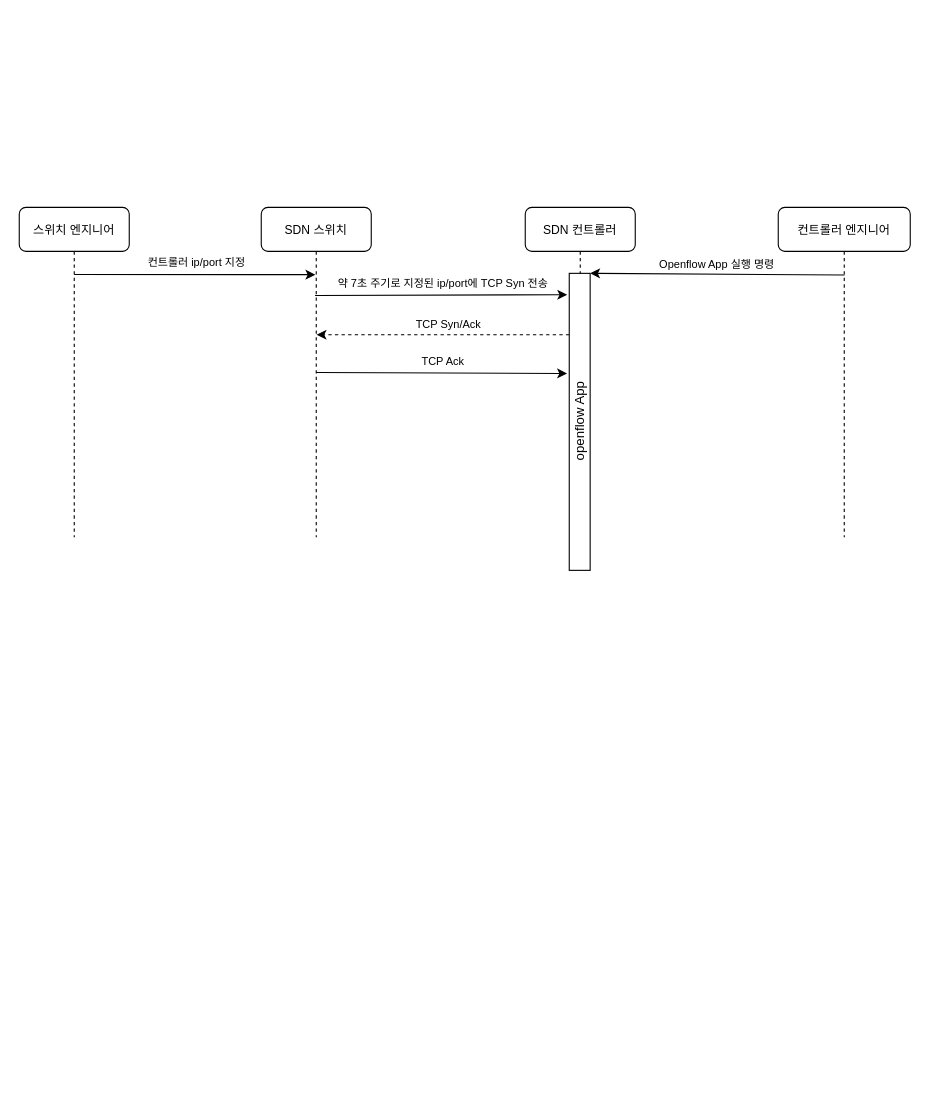
gameLoading/blank__- keeps this draw.io diagram as page "Page-1" (1 of 5) of ONOS OpenFlow initial.drawio. Above is the earlier version. Source tidied: cells renumbered, new cells numbered last; positions are measured from the earlier drawing's top-left corner, leaving out a move shared by most shapes. Both pictures are drawn from the tidied source at 110%, with x=0, y=0 at pixel (19, 207).
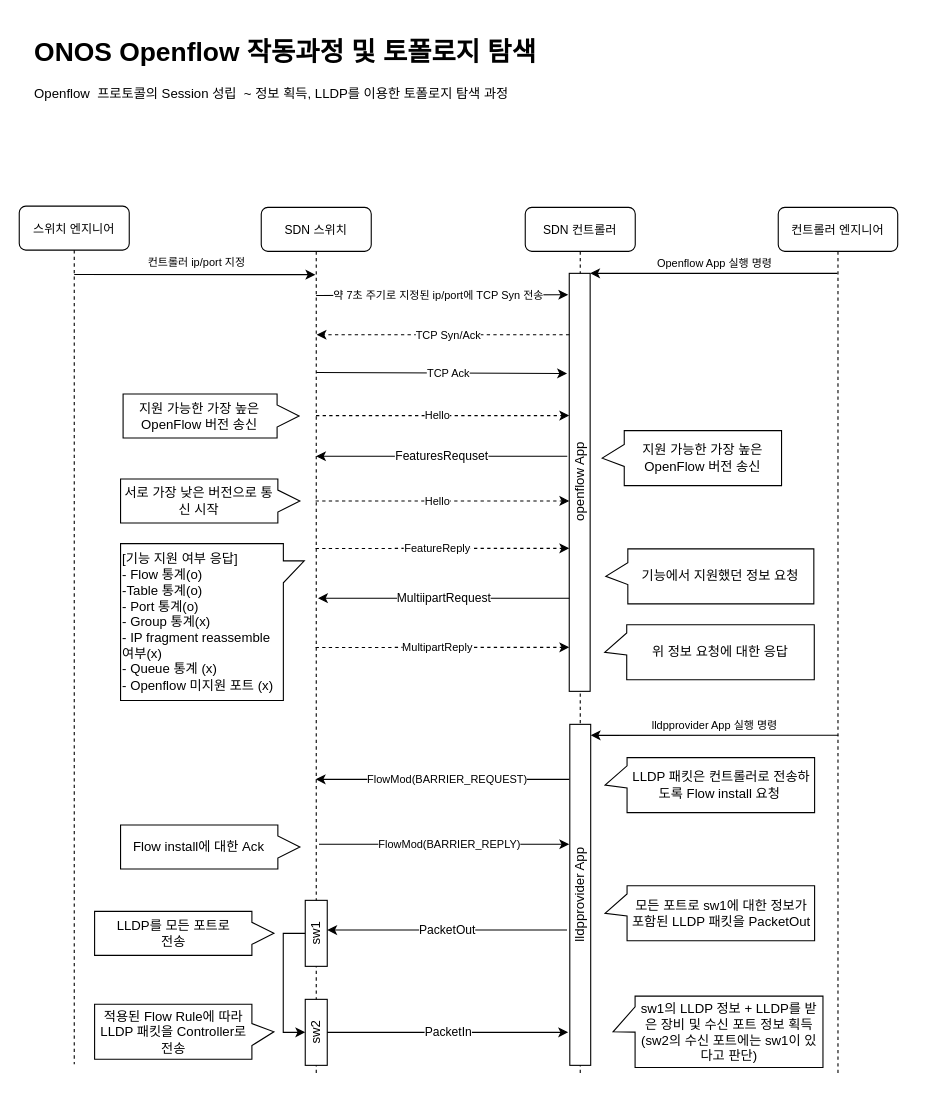
Above is the later version.

Change to the diagram source:
```diff
@@
     <mxCell id="2" value="스위치 엔지니어" style="shape=umlLifeline;perimeter=lifelinePerimeter;shadow=0;strokeWidth=1;rounded=1;fontSize=11;" parent="1" vertex="1">
-      <mxGeometry width="100" height="300" as="geometry" />
+      <mxGeometry y="-1.1" width="100" height="780" as="geometry" />
     </mxCell>
     <mxCell id="3" value="SDN 스위치" style="shape=umlLifeline;perimeter=lifelinePerimeter;shadow=0;strokeWidth=1;rounded=1;fontSize=11;" parent="1" vertex="1">
-      <mxGeometry x="220" width="100" height="300" as="geometry" />
+      <mxGeometry x="220" width="100" height="788.9" as="geometry" />
     </mxCell>
+    <mxCell id="12" value="sw2" style="rounded=0;whiteSpace=wrap;html=1;shadow=0;align=center;horizontal=0;" parent="3" vertex="1">
+      <mxGeometry x="40" y="720" width="20" height="60" as="geometry" />
+    </mxCell>
     <mxCell id="4" value="SDN 컨트롤러" style="shape=umlLifeline;perimeter=lifelinePerimeter;shadow=0;strokeWidth=1;rounded=1;fontSize=11;" parent="1" vertex="1">
-      <mxGeometry x="460" width="100" height="300" as="geometry" />
+      <mxGeometry x="460" width="100" height="788.9" as="geometry" />
     </mxCell>
     <mxCell id="5" value="컨트롤러 엔지니어" style="shape=umlLifeline;perimeter=lifelinePerimeter;shadow=0;strokeWidth=1;rounded=1;fontSize=11;" parent="1" vertex="1">
-      <mxGeometry x="690" width="120" height="300" as="geometry" />
+      <mxGeometry x="690" width="108.6" height="788.9" as="geometry" />
     </mxCell>
@@
-    <mxCell id="7" value="약 7초 주기로 지정된 ip/port에 TCP Syn 전송" style="endArrow=classic;html=1;curved=1;entryX=-0.097;entryY=0.072;entryDx=0;entryDy=0;entryPerimeter=0;fontSize=10;exitX=0.489;exitY=0.267;exitDx=0;exitDy=0;exitPerimeter=0;" parent="1" edge="1" source="3" target="8">
-      <mxGeometry x="0.01" y="11" relative="1" as="geometry" />
+    <mxCell id="7" value="약 7초 주기로 지정된 ip/port에 TCP Syn 전송" style="endArrow=classic;html=1;curved=1;entryX=-0.097;entryY=0.072;entryDx=0;entryDy=0;entryPerimeter=0;fontSize=10;exitX=0.489;exitY=0.267;exitDx=0;exitDy=0;exitPerimeter=0;" parent="1" edge="1">
+      <mxGeometry x="-0.03" relative="1" as="geometry">
+        <mxPoint x="269.9" y="80.1" as="sourcePoint" />
+        <mxPoint x="499.1" y="79.4" as="targetPoint" />
+      </mxGeometry>
     </mxCell>
     <mxCell id="8" value="openflow App" style="whiteSpace=wrap;html=1;rounded=0;glass=0;horizontal=0;align=center;arcSize=24;" parent="1" vertex="1">
-      <mxGeometry x="500" y="60" width="19" height="270" as="geometry" />
+      <mxGeometry x="500" y="60" width="19" height="380" as="geometry" />
     </mxCell>
-    <mxCell id="9" value="Openflow App 실행 명령" style="endArrow=classic;html=1;exitX=0.502;exitY=0.205;exitDx=0;exitDy=0;exitPerimeter=0;curved=1;entryX=1;entryY=0;entryDx=0;entryDy=0;fontSize=10;" parent="1" edge="1" source="5" target="8">
+    <mxCell id="9" value="Openflow App 실행 명령" style="endArrow=classic;html=1;curved=1;entryX=1;entryY=0;entryDx=0;entryDy=0;fontSize=10;" parent="1" edge="1" source="5" target="8">
       <mxGeometry y="-9" relative="1" as="geometry" />
     </mxCell>
     <mxCell id="10" value="TCP Syn/Ack" style="endArrow=classic;html=1;dashed=1;exitX=0;exitY=0.75;exitDx=0;exitDy=0;fontSize=10;" parent="1" edge="1">
-      <mxGeometry x="-0.04" y="-10" relative="1" as="geometry">
+      <mxGeometry x="-0.04" relative="1" as="geometry">
         <mxPoint x="500" y="115.8" as="sourcePoint" />
         <mxPoint x="270.3" y="115.8" as="targetPoint" />
       </mxGeometry>
     </mxCell>
     <mxCell id="11" value="TCP Ack" style="endArrow=classic;html=1;curved=1;fontSize=10;" parent="1" edge="1">
-      <mxGeometry x="0.01" y="11" relative="1" as="geometry">
+      <mxGeometry x="0.05" relative="1" as="geometry">
         <mxPoint x="270" y="150.2" as="sourcePoint" />
         <mxPoint x="498" y="151" as="targetPoint" />
       </mxGeometry>
     </mxCell>
+    <mxCell id="13" value="FeaturesRequset" style="endArrow=classic;html=1;exitX=-0.094;exitY=0.435;exitDx=0;exitDy=0;exitPerimeter=0;" parent="1" edge="1">
+      <mxGeometry relative="1" as="geometry">
+        <mxPoint x="498.2" y="226.3" as="sourcePoint" />
+        <mxPoint x="269.8" y="226.3" as="targetPoint" />
+      </mxGeometry>
+    </mxCell>
+    <mxCell id="14" value="Hello" style="endArrow=classic;html=1;dashed=1;fontSize=10;entryX=-0.022;entryY=0.526;entryDx=0;entryDy=0;entryPerimeter=0;" parent="1" edge="1">
+      <mxGeometry x="-0.04" relative="1" as="geometry">
+        <mxPoint x="269.4" y="267" as="sourcePoint" />
+        <mxPoint x="500" y="266.9" as="targetPoint" />
+      </mxGeometry>
+    </mxCell>
+    <mxCell id="15" value="Hello" style="endArrow=classic;html=1;dashed=1;fontSize=10;entryX=0;entryY=0.42;entryDx=0;entryDy=0;entryPerimeter=0;" parent="1" edge="1">
+      <mxGeometry x="-0.04" relative="1" as="geometry">
+        <mxPoint x="269.8" y="189.3" as="sourcePoint" />
+        <mxPoint x="500" y="189.3" as="targetPoint" />
+      </mxGeometry>
+    </mxCell>
+    <mxCell id="16" value="지원 가능한 가장 높은 OpenFlow 버전 송신" style="shape=callout;html=1;perimeter=calloutPerimeter;rounded=0;shadow=0;align=center;size=20;position=0.25;rotation=90;verticalAlign=middle;horizontal=0;whiteSpace=wrap;direction=east;flipV=1;flipH=1;" parent="1" vertex="1">
+      <mxGeometry x="154.4" y="109.7" width="40" height="160" as="geometry" />
+    </mxCell>
+    <mxCell id="17" value="서로 가장 낮은 버전으로 통신 시작" style="shape=callout;html=1;perimeter=calloutPerimeter;rounded=0;shadow=0;align=center;size=20;position=0.25;rotation=90;verticalAlign=middle;horizontal=0;whiteSpace=wrap;direction=east;flipV=1;flipH=1;" parent="1" vertex="1">
+      <mxGeometry x="153.6" y="185.5" width="40" height="163" as="geometry" />
+    </mxCell>
+    <mxCell id="18" value="지원 가능한 가장 높은 OpenFlow 버전 송신" style="shape=callout;whiteSpace=wrap;html=1;perimeter=calloutPerimeter;rounded=0;shadow=0;align=center;size=20;position=0.25;rotation=90;verticalAlign=middle;horizontal=0;" parent="1" vertex="1">
+      <mxGeometry x="586.5" y="146.5" width="50" height="163" as="geometry" />
+    </mxCell>
+    <mxCell id="19" value="[기능 지원 여부 응답]&lt;br&gt;- Flow 통계(o)&lt;br&gt;-Table 통계(o)&lt;br&gt;- Port 통계(o)&lt;br&gt;- Group 통계(x)&lt;br&gt;- IP fragment reassemble 여부(x)&lt;br&gt;- Queue 통계 (x)&lt;br&gt;- Openflow 미지원 포트 (x)" style="shape=callout;html=1;perimeter=calloutPerimeter;rounded=0;shadow=0;align=left;size=19;position=0.75;rotation=90;verticalAlign=middle;horizontal=0;whiteSpace=wrap;direction=east;flipV=1;flipH=1;position2=0.89;base=20;" parent="1" vertex="1">
+      <mxGeometry x="104.3" y="293.5" width="142.6" height="167" as="geometry" />
+    </mxCell>
+    <mxCell id="20" value="FeatureReply" style="endArrow=classic;html=1;dashed=1;fontSize=10;entryX=-0.022;entryY=0.526;entryDx=0;entryDy=0;entryPerimeter=0;" parent="1" edge="1">
+      <mxGeometry x="-0.04" relative="1" as="geometry">
+        <mxPoint x="269.4" y="310.1" as="sourcePoint" />
+        <mxPoint x="500" y="310" as="targetPoint" />
+      </mxGeometry>
+    </mxCell>
+    <mxCell id="21" value="MultiipartRequest" style="endArrow=classic;html=1;exitX=-0.094;exitY=0.435;exitDx=0;exitDy=0;exitPerimeter=0;" parent="1" edge="1">
+      <mxGeometry relative="1" as="geometry">
+        <mxPoint x="500" y="355.3" as="sourcePoint" />
+        <mxPoint x="271.6" y="355.3" as="targetPoint" />
+      </mxGeometry>
+    </mxCell>
+    <mxCell id="22" value="MultipartReply" style="endArrow=classic;html=1;dashed=1;fontSize=10;entryX=-0.022;entryY=0.526;entryDx=0;entryDy=0;entryPerimeter=0;" parent="1" edge="1">
+      <mxGeometry x="-0.04" relative="1" as="geometry">
+        <mxPoint x="269.4" y="400.1" as="sourcePoint" />
+        <mxPoint x="500" y="400" as="targetPoint" />
+      </mxGeometry>
+    </mxCell>
+    <mxCell id="23" value="기능에서 지원했던 정보 요청" style="shape=callout;whiteSpace=wrap;html=1;perimeter=calloutPerimeter;rounded=0;shadow=0;align=center;size=20;position=0.25;rotation=90;verticalAlign=middle;horizontal=0;" parent="1" vertex="1">
+      <mxGeometry x="602.8" y="240.9" width="50" height="189.1" as="geometry" />
+    </mxCell>
+    <mxCell id="24" value="위 정보 요청에 대한 응답" style="shape=callout;whiteSpace=wrap;html=1;perimeter=calloutPerimeter;rounded=0;shadow=0;align=center;size=20;position=0.15;rotation=90;verticalAlign=middle;horizontal=0;base=20;" parent="1" vertex="1">
+      <mxGeometry x="602.5" y="309.2" width="50" height="190.5" as="geometry" />
+    </mxCell>
+    <mxCell id="25" value="lldpprovider App" style="whiteSpace=wrap;html=1;rounded=0;glass=0;horizontal=0;align=center;arcSize=24;" parent="1" vertex="1">
+      <mxGeometry x="500.5" y="470" width="19" height="310" as="geometry" />
+    </mxCell>
+    <mxCell id="26" value="lldpprovider App 실행 명령" style="endArrow=classic;html=1;curved=1;entryX=1;entryY=0;entryDx=0;entryDy=0;fontSize=10;" parent="1" edge="1">
+      <mxGeometry y="-9" relative="1" as="geometry">
+        <mxPoint x="744.6" y="479.9" as="sourcePoint" />
+        <mxPoint x="519.5" y="480" as="targetPoint" />
+      </mxGeometry>
+    </mxCell>
+    <mxCell id="27" value="FlowMod(BARRIER_REQUEST)" style="endArrow=classic;html=1;curved=1;entryX=1;entryY=0;entryDx=0;entryDy=0;fontSize=10;" parent="1" edge="1">
+      <mxGeometry x="-0.04" relative="1" as="geometry">
+        <mxPoint x="500" y="520" as="sourcePoint" />
+        <mxPoint x="269.5" y="520" as="targetPoint" />
+      </mxGeometry>
+    </mxCell>
+    <mxCell id="28" value="FlowMod(BARRIER_REPLY)" style="endArrow=classic;html=1;curved=1;fontSize=10;exitX=0.525;exitY=0.734;exitDx=0;exitDy=0;exitPerimeter=0;" parent="1" edge="1" source="3">
+      <mxGeometry x="0.05" relative="1" as="geometry">
+        <mxPoint x="500" y="579" as="targetPoint" />
+      </mxGeometry>
+    </mxCell>
+    <mxCell id="29" value="LLDP 패킷은 컨트롤러로 전송하도록 Flow install 요청&amp;nbsp;" style="shape=callout;whiteSpace=wrap;html=1;perimeter=calloutPerimeter;rounded=0;shadow=0;align=center;size=20;position=0.15;rotation=90;verticalAlign=middle;horizontal=0;base=20;" parent="1" vertex="1">
+      <mxGeometry x="602.8" y="430" width="50" height="190.5" as="geometry" />
+    </mxCell>
+    <mxCell id="30" value="Flow install에 대한 Ack" style="shape=callout;html=1;perimeter=calloutPerimeter;rounded=0;shadow=0;align=center;size=20;position=0.25;rotation=90;verticalAlign=middle;horizontal=0;whiteSpace=wrap;direction=east;flipV=1;flipH=1;" parent="1" vertex="1">
+      <mxGeometry x="153.6" y="500" width="40" height="163" as="geometry" />
+    </mxCell>
+    <mxCell id="31" value="모든 포트로 sw1에 대한 정보가 포함된 LLDP 패킷을 PacketOut" style="shape=callout;whiteSpace=wrap;html=1;perimeter=calloutPerimeter;rounded=0;shadow=0;align=center;size=20;position=0.15;rotation=90;verticalAlign=middle;horizontal=0;base=20;" parent="1" vertex="1">
+      <mxGeometry x="602.8" y="546.5" width="50" height="190.5" as="geometry" />
+    </mxCell>
+    <mxCell id="32" value="LLDP를 모든 포트로 &lt;br&gt;전송" style="shape=callout;html=1;perimeter=calloutPerimeter;rounded=0;shadow=0;align=center;size=20;position=0.25;rotation=90;verticalAlign=middle;horizontal=0;whiteSpace=wrap;direction=east;flipV=1;flipH=1;" parent="1" vertex="1">
+      <mxGeometry x="130" y="578.5" width="40" height="163" as="geometry" />
+    </mxCell>
+    <mxCell id="33" style="edgeStyle=orthogonalEdgeStyle;rounded=0;jettySize=auto;html=1;entryX=0;entryY=0.5;entryDx=0;entryDy=0;" parent="1" edge="1" source="34" target="12">
+      <mxGeometry relative="1" as="geometry">
+        <Array as="points">
+          <mxPoint x="240" y="660" />
+          <mxPoint x="240" y="750" />
+        </Array>
+      </mxGeometry>
+    </mxCell>
+    <mxCell id="34" value="sw1" style="rounded=0;whiteSpace=wrap;html=1;shadow=0;align=center;horizontal=0;" parent="1" vertex="1">
+      <mxGeometry x="260" y="630" width="20" height="60" as="geometry" />
+    </mxCell>
+    <mxCell id="35" value="PacketOut" style="endArrow=classic;html=1;" parent="1" edge="1">
+      <mxGeometry relative="1" as="geometry">
+        <mxPoint x="498" y="657" as="sourcePoint" />
+        <mxPoint x="280" y="657" as="targetPoint" />
+      </mxGeometry>
+    </mxCell>
+    <mxCell id="36" value="적용된 Flow Rule에 따라 LLDP 패킷을 Controller로 전송" style="shape=callout;html=1;perimeter=calloutPerimeter;rounded=0;shadow=0;align=center;size=20;position=0.25;rotation=90;verticalAlign=middle;horizontal=0;whiteSpace=wrap;direction=east;flipV=1;flipH=1;" parent="1" vertex="1">
+      <mxGeometry x="125" y="668" width="50" height="163" as="geometry" />
+    </mxCell>
+    <mxCell id="37" value="PacketIn" style="edgeStyle=orthogonalEdgeStyle;rounded=0;jettySize=auto;html=1;" parent="1" edge="1" source="12">
+      <mxGeometry relative="1" as="geometry">
+        <mxPoint x="499" y="750" as="targetPoint" />
+        <Array as="points">
+          <mxPoint x="499" y="750" />
+        </Array>
+      </mxGeometry>
+    </mxCell>
+    <mxCell id="38" value="sw1의 LLDP 정보 + LLDP를 받은 장비 및 수신 포트 정보 획득&lt;br&gt;(sw2의 수신 포트에는 sw1이 있다고 판단)" style="shape=callout;whiteSpace=wrap;html=1;perimeter=calloutPerimeter;rounded=0;shadow=0;align=center;size=20;position=0.15;rotation=90;verticalAlign=middle;horizontal=0;base=23;" parent="1" vertex="1">
+      <mxGeometry x="602.8" y="654.1" width="64.9" height="190.8" as="geometry" />
+    </mxCell>
+    <mxCell id="39" value="&lt;h1&gt;ONOS Openflow 작동과정 및 토폴로지 탐색&lt;/h1&gt;&lt;p&gt;Openflow&amp;nbsp; 프로토콜의 Session 성립&amp;nbsp; ~ 정보 획득, LLDP를 이용한 토폴로지 탐색 과정&lt;/p&gt;" style="text;html=1;strokeColor=none;fillColor=none;spacing=5;spacingTop=-20;whiteSpace=wrap;overflow=hidden;rounded=0;" parent="1" vertex="1">
+      <mxGeometry x="9" y="-161.1" width="655.6" height="120" as="geometry" />
+    </mxCell>
```
